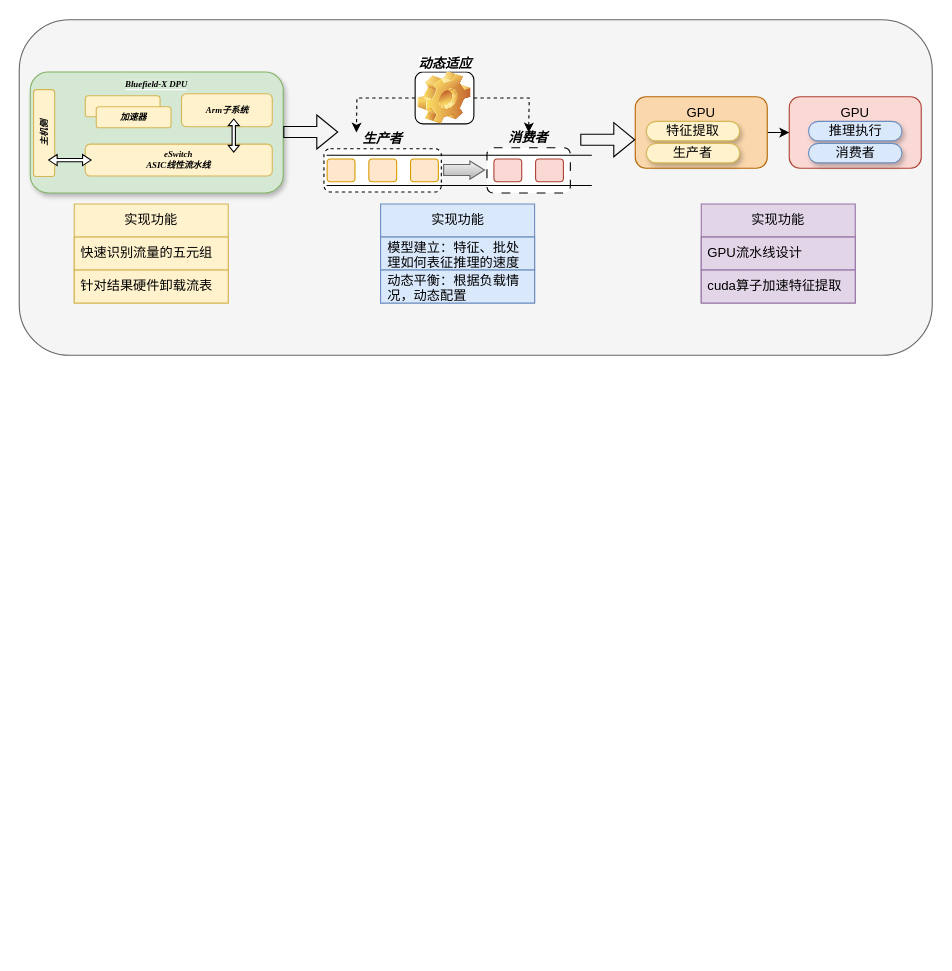
This is DPU_flowID.drawio from CHRIS123540/GPU, a draw.io file, before an edit. Source tidied: cells renumbered, new cells numbered last; positions are measured from the earlier drawing's top-left corner, leaving out a move shared by most shapes. Both pictures are drawn from the tidied source at 110%, with x=0, y=0 at pixel (19, 19).
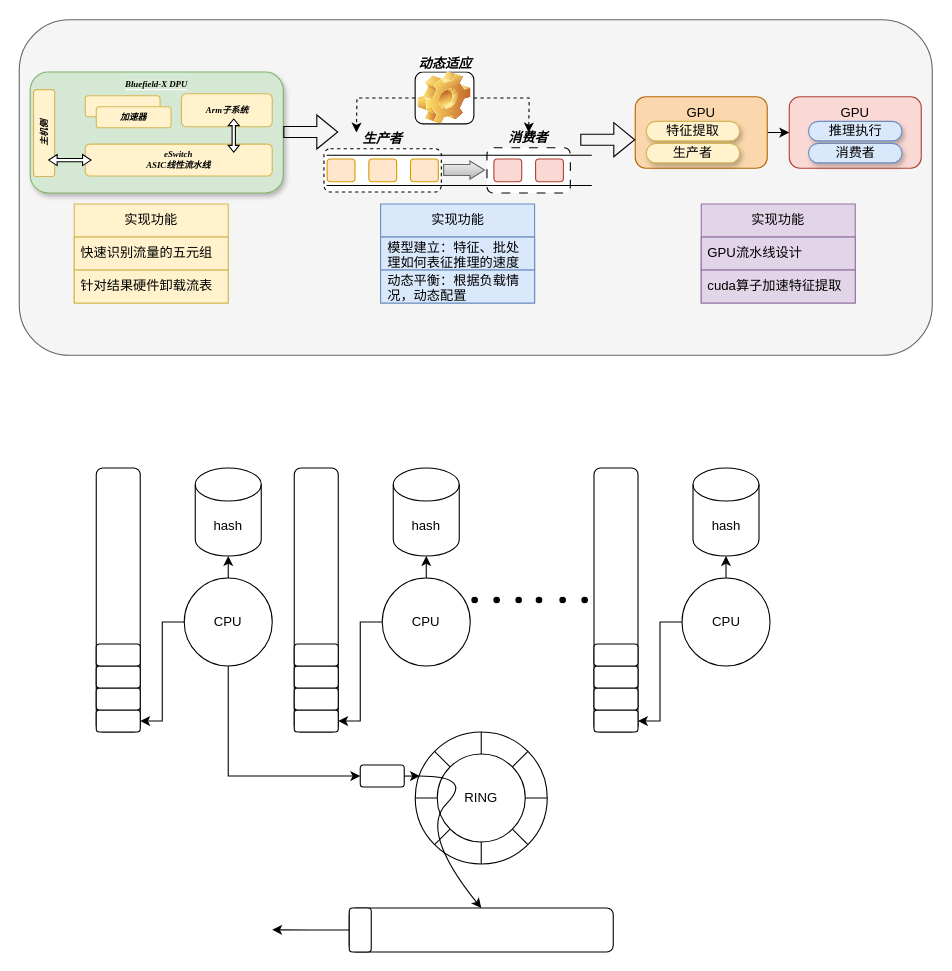
The same page after the edit.

Diff of the diagram source:
```diff
@@
+    <mxCell id="43" style="rounded=1;whiteSpace=wrap;html=1;" parent="1" vertex="1">
+      <mxGeometry x="70" y="408" width="40" height="240" as="geometry" />
+    </mxCell>
+    <mxCell id="44" style="edgeStyle=orthogonalEdgeStyle;rounded=0;jettySize=auto;html=1;exitX=0;exitY=0.5;exitDx=0;exitDy=0;entryX=1;entryY=0.5;entryDx=0;entryDy=0;" parent="1" edge="1" source="46" target="48">
+      <mxGeometry relative="1" as="geometry" />
+    </mxCell>
+    <mxCell id="45" style="edgeStyle=orthogonalEdgeStyle;rounded=0;jettySize=auto;html=1;exitX=0.5;exitY=1;exitDx=0;exitDy=0;entryX=0;entryY=0.5;entryDx=0;entryDy=0;" parent="1" edge="1" source="46" target="59">
+      <mxGeometry relative="1" as="geometry" />
+    </mxCell>
+    <mxCell id="46" value="CPU" style="ellipse;whiteSpace=wrap;html=1;" parent="1" vertex="1">
+      <mxGeometry x="150" y="508" width="80" height="80" as="geometry" />
+    </mxCell>
+    <mxCell id="47" value="hash" style="shape=cylinder3;whiteSpace=wrap;html=1;boundedLbl=1;backgroundOutline=1;size=15;" parent="1" vertex="1">
+      <mxGeometry x="160" y="408" width="60" height="80" as="geometry" />
+    </mxCell>
+    <mxCell id="48" style="rounded=1;whiteSpace=wrap;html=1;" parent="1" vertex="1">
+      <mxGeometry x="70" y="628" width="40" height="20" as="geometry" />
+    </mxCell>
+    <mxCell id="49" style="rounded=1;whiteSpace=wrap;html=1;" parent="1" vertex="1">
+      <mxGeometry x="70" y="608" width="40" height="20" as="geometry" />
+    </mxCell>
+    <mxCell id="50" style="rounded=1;whiteSpace=wrap;html=1;" parent="1" vertex="1">
+      <mxGeometry x="70" y="588" width="40" height="20" as="geometry" />
+    </mxCell>
+    <mxCell id="51" style="rounded=1;whiteSpace=wrap;html=1;" parent="1" vertex="1">
+      <mxGeometry x="70" y="568" width="40" height="20" as="geometry" />
+    </mxCell>
+    <mxCell id="52" style="edgeStyle=orthogonalEdgeStyle;rounded=0;jettySize=auto;html=1;exitX=0.5;exitY=0;exitDx=0;exitDy=0;entryX=0.5;entryY=1;entryDx=0;entryDy=0;entryPerimeter=0;" parent="1" edge="1" source="46" target="47">
+      <mxGeometry relative="1" as="geometry" />
+    </mxCell>
+    <mxCell id="53" style="ellipse;whiteSpace=wrap;html=1;" parent="1" vertex="1">
+      <mxGeometry x="360" y="648" width="120" height="120" as="geometry" />
+    </mxCell>
+    <mxCell id="54" style="endArrow=none;html=1;rounded=0;exitX=0;exitY=0;exitDx=0;exitDy=0;entryX=1;entryY=1;entryDx=0;entryDy=0;" parent="1" edge="1" source="53" target="53">
+      <mxGeometry relative="1" as="geometry" />
+    </mxCell>
+    <mxCell id="55" style="endArrow=none;html=1;rounded=0;exitX=0;exitY=0.5;exitDx=0;exitDy=0;entryX=1;entryY=0.5;entryDx=0;entryDy=0;" parent="1" edge="1" source="53" target="53">
+      <mxGeometry relative="1" as="geometry" />
+    </mxCell>
+    <mxCell id="56" style="endArrow=none;html=1;rounded=0;exitX=0.5;exitY=0;exitDx=0;exitDy=0;entryX=0.5;entryY=1;entryDx=0;entryDy=0;" parent="1" edge="1" source="53" target="53">
+      <mxGeometry relative="1" as="geometry" />
+    </mxCell>
+    <mxCell id="57" style="endArrow=none;html=1;rounded=0;exitX=1;exitY=0;exitDx=0;exitDy=0;entryX=0;entryY=1;entryDx=0;entryDy=0;" parent="1" edge="1" source="53" target="53">
+      <mxGeometry relative="1" as="geometry" />
+    </mxCell>
+    <mxCell id="58" value="RING" style="ellipse;whiteSpace=wrap;html=1;" parent="1" vertex="1">
+      <mxGeometry x="380" y="668" width="80" height="80" as="geometry" />
+    </mxCell>
+    <mxCell id="59" style="rounded=1;whiteSpace=wrap;html=1;" parent="1" vertex="1">
+      <mxGeometry x="310" y="678" width="40" height="20" as="geometry" />
+    </mxCell>
+    <mxCell id="60" style="edgeStyle=orthogonalEdgeStyle;rounded=0;jettySize=auto;html=1;exitX=1;exitY=0.5;exitDx=0;exitDy=0;entryX=0.035;entryY=0.334;entryDx=0;entryDy=0;entryPerimeter=0;" parent="1" edge="1" source="59" target="53">
+      <mxGeometry relative="1" as="geometry" />
+    </mxCell>
+    <mxCell id="61" style="rounded=1;whiteSpace=wrap;html=1;rotation=90;" parent="1" vertex="1">
+      <mxGeometry x="400" y="708" width="40" height="240" as="geometry" />
+    </mxCell>
+    <mxCell id="62" style="edgeStyle=orthogonalEdgeStyle;rounded=0;jettySize=auto;html=1;exitX=0.5;exitY=1;exitDx=0;exitDy=0;" parent="1" edge="1" source="63">
+      <mxGeometry relative="1" as="geometry">
+        <mxPoint x="230" y="827.8" as="targetPoint" />
+      </mxGeometry>
+    </mxCell>
+    <mxCell id="63" style="rounded=1;whiteSpace=wrap;html=1;rotation=90;" parent="1" vertex="1">
+      <mxGeometry x="290" y="818" width="40" height="20" as="geometry" />
+    </mxCell>
+    <mxCell id="64" style="curved=1;endArrow=classic;html=1;rounded=0;entryX=0;entryY=0.5;entryDx=0;entryDy=0;" parent="1" edge="1" target="61">
+      <mxGeometry relative="1" as="geometry">
+        <mxPoint x="363.5" y="688" as="sourcePoint" />
+        <Array as="points">
+          <mxPoint x="413.5" y="688" />
+          <mxPoint x="363.5" y="738" />
+        </Array>
+      </mxGeometry>
+    </mxCell>
+    <mxCell id="65" style="rounded=1;whiteSpace=wrap;html=1;" parent="1" vertex="1">
+      <mxGeometry x="250" y="408" width="40" height="240" as="geometry" />
+    </mxCell>
+    <mxCell id="66" style="edgeStyle=orthogonalEdgeStyle;rounded=0;jettySize=auto;html=1;exitX=0;exitY=0.5;exitDx=0;exitDy=0;entryX=1;entryY=0.5;entryDx=0;entryDy=0;" parent="1" edge="1" source="67" target="69">
+      <mxGeometry relative="1" as="geometry" />
+    </mxCell>
+    <mxCell id="67" value="CPU" style="ellipse;whiteSpace=wrap;html=1;" parent="1" vertex="1">
+      <mxGeometry x="330" y="508" width="80" height="80" as="geometry" />
+    </mxCell>
+    <mxCell id="68" value="hash" style="shape=cylinder3;whiteSpace=wrap;html=1;boundedLbl=1;backgroundOutline=1;size=15;" parent="1" vertex="1">
+      <mxGeometry x="340" y="408" width="60" height="80" as="geometry" />
+    </mxCell>
+    <mxCell id="69" style="rounded=1;whiteSpace=wrap;html=1;" parent="1" vertex="1">
+      <mxGeometry x="250" y="628" width="40" height="20" as="geometry" />
+    </mxCell>
+    <mxCell id="70" style="rounded=1;whiteSpace=wrap;html=1;" parent="1" vertex="1">
+      <mxGeometry x="250" y="608" width="40" height="20" as="geometry" />
+    </mxCell>
+    <mxCell id="71" style="rounded=1;whiteSpace=wrap;html=1;" parent="1" vertex="1">
+      <mxGeometry x="250" y="588" width="40" height="20" as="geometry" />
+    </mxCell>
+    <mxCell id="72" style="rounded=1;whiteSpace=wrap;html=1;" parent="1" vertex="1">
+      <mxGeometry x="250" y="568" width="40" height="20" as="geometry" />
+    </mxCell>
+    <mxCell id="73" style="edgeStyle=orthogonalEdgeStyle;rounded=0;jettySize=auto;html=1;exitX=0.5;exitY=0;exitDx=0;exitDy=0;entryX=0.5;entryY=1;entryDx=0;entryDy=0;entryPerimeter=0;" parent="1" edge="1" source="67" target="68">
+      <mxGeometry relative="1" as="geometry" />
+    </mxCell>
+    <mxCell id="74" style="rounded=1;whiteSpace=wrap;html=1;" parent="1" vertex="1">
+      <mxGeometry x="522.5" y="408" width="40" height="240" as="geometry" />
+    </mxCell>
+    <mxCell id="75" style="edgeStyle=orthogonalEdgeStyle;rounded=0;jettySize=auto;html=1;exitX=0;exitY=0.5;exitDx=0;exitDy=0;entryX=1;entryY=0.5;entryDx=0;entryDy=0;" parent="1" edge="1" source="76" target="78">
+      <mxGeometry relative="1" as="geometry" />
+    </mxCell>
+    <mxCell id="76" value="CPU" style="ellipse;whiteSpace=wrap;html=1;" parent="1" vertex="1">
+      <mxGeometry x="602.5" y="508" width="80" height="80" as="geometry" />
+    </mxCell>
+    <mxCell id="77" value="hash" style="shape=cylinder3;whiteSpace=wrap;html=1;boundedLbl=1;backgroundOutline=1;size=15;" parent="1" vertex="1">
+      <mxGeometry x="612.5" y="408" width="60" height="80" as="geometry" />
+    </mxCell>
+    <mxCell id="78" style="rounded=1;whiteSpace=wrap;html=1;" parent="1" vertex="1">
+      <mxGeometry x="522.5" y="628" width="40" height="20" as="geometry" />
+    </mxCell>
+    <mxCell id="79" style="rounded=1;whiteSpace=wrap;html=1;" parent="1" vertex="1">
+      <mxGeometry x="522.5" y="608" width="40" height="20" as="geometry" />
+    </mxCell>
+    <mxCell id="80" style="rounded=1;whiteSpace=wrap;html=1;" parent="1" vertex="1">
+      <mxGeometry x="522.5" y="588" width="40" height="20" as="geometry" />
+    </mxCell>
+    <mxCell id="81" style="rounded=1;whiteSpace=wrap;html=1;" parent="1" vertex="1">
+      <mxGeometry x="522.5" y="568" width="40" height="20" as="geometry" />
+    </mxCell>
+    <mxCell id="82" style="edgeStyle=orthogonalEdgeStyle;rounded=0;jettySize=auto;html=1;exitX=0.5;exitY=0;exitDx=0;exitDy=0;entryX=0.5;entryY=1;entryDx=0;entryDy=0;entryPerimeter=0;" parent="1" edge="1" source="76" target="77">
+      <mxGeometry relative="1" as="geometry" />
+    </mxCell>
+    <mxCell id="83" style="group;" parent="1" vertex="1">
+      <mxGeometry x="404" y="518" width="120" height="20" as="geometry" />
+    </mxCell>
+    <mxCell id="84" style="shape=waypoint;sketch=0;fillStyle=solid;size=6;fillColor=none;perimeter=centerPerimeter;" parent="83" vertex="1">
+      <mxGeometry x="20" width="20" height="20" as="geometry" />
+    </mxCell>
+    <mxCell id="85" style="shape=waypoint;sketch=0;fillStyle=solid;size=6;fillColor=none;perimeter=centerPerimeter;" parent="83" vertex="1">
+      <mxGeometry x="40" width="20" height="20" as="geometry" />
+    </mxCell>
+    <mxCell id="86" style="shape=waypoint;sketch=0;fillStyle=solid;size=6;fillColor=none;perimeter=centerPerimeter;" parent="83" vertex="1">
+      <mxGeometry x="58.5" width="20" height="20" as="geometry" />
+    </mxCell>
+    <mxCell id="87" style="shape=waypoint;sketch=0;fillStyle=solid;size=6;fillColor=none;perimeter=centerPerimeter;" parent="83" vertex="1">
+      <mxGeometry x="80" width="20" height="20" as="geometry" />
+    </mxCell>
+    <mxCell id="88" style="shape=waypoint;sketch=0;fillStyle=solid;size=6;fillColor=none;perimeter=centerPerimeter;" parent="83" vertex="1">
+      <mxGeometry x="100" width="20" height="20" as="geometry" />
+    </mxCell>
+    <mxCell id="89" style="shape=waypoint;sketch=0;fillStyle=solid;size=6;fillColor=none;perimeter=centerPerimeter;" parent="83" vertex="1">
+      <mxGeometry width="20" height="20" as="geometry" />
+    </mxCell>
```
